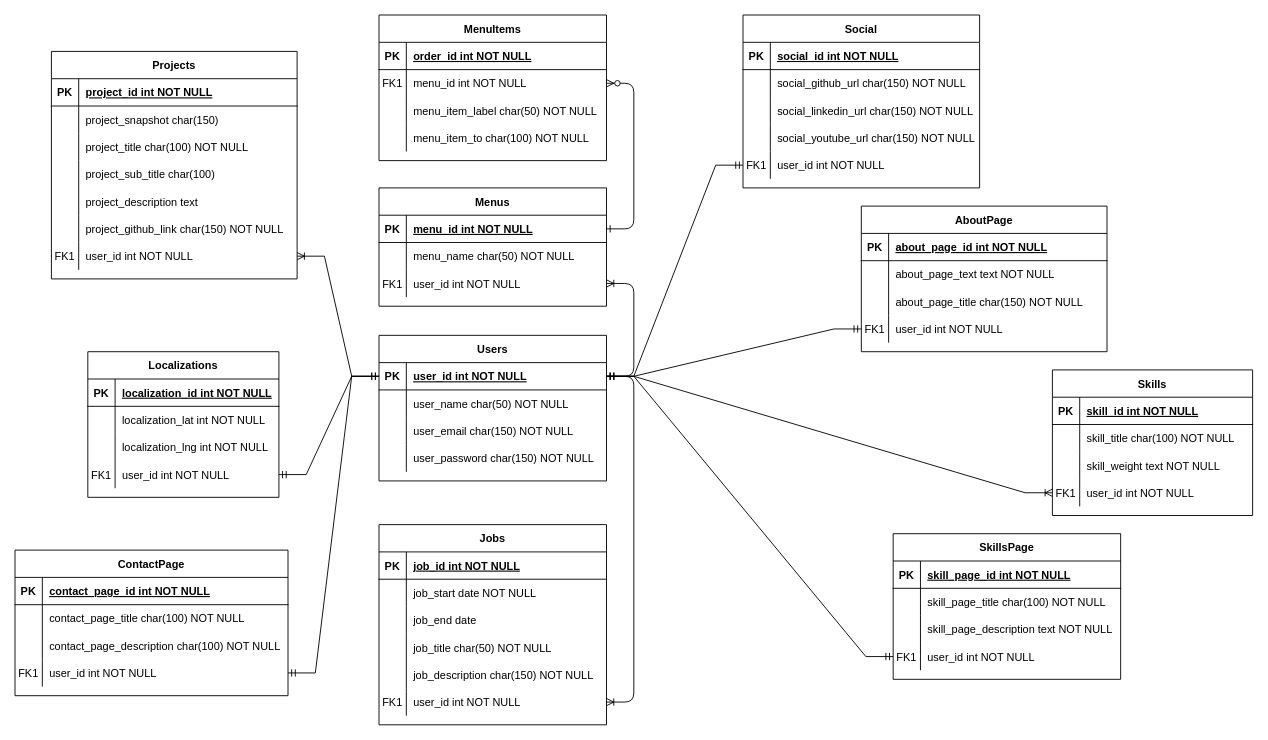
Before: ikatoo.drawio in mckatoo/clean-arch-fullcycle, a draw.io diagram. Source tidied: cells renumbered, new cells numbered last; positions are measured from the earlier drawing's top-left corner, leaving out a move shared by most shapes. Both pictures are drawn from the tidied source at 91%, with x=0, y=0 at pixel (15, 15).
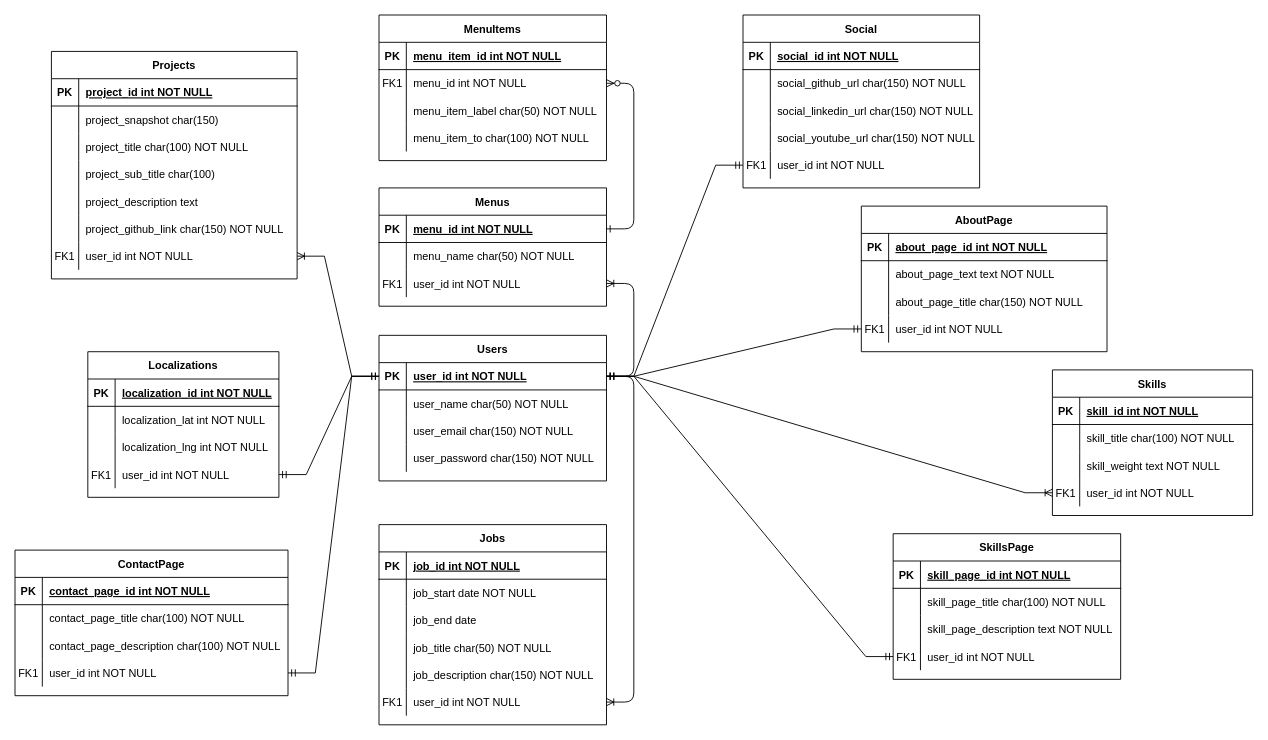
After the change.

Commit message:
Change id name from links

The change refers to these unchanged cells:
```xml
<mxCell id="4" style="shape=partialRectangle;fillColor=none;top=0;left=0;right=0;bottom=1;" parent="3" vertex="1">
  <mxGeometry y="30" width="250" height="30" as="geometry" />
</mxCell>
```

Change to the diagram source:
```diff
@@
-    <mxCell id="6" value="order_id int NOT NULL " style="shape=partialRectangle;overflow=hidden;fillColor=none;top=0;left=0;bottom=0;right=0;align=left;spacingLeft=6;fontStyle=5;" parent="4" vertex="1">
+    <mxCell id="6" value="menu_item_id int NOT NULL " style="shape=partialRectangle;overflow=hidden;fillColor=none;top=0;left=0;bottom=0;right=0;align=left;spacingLeft=6;fontStyle=5;" parent="4" vertex="1">
       <mxGeometry x="30" width="220" height="30" as="geometry" />
     </mxCell>
```
